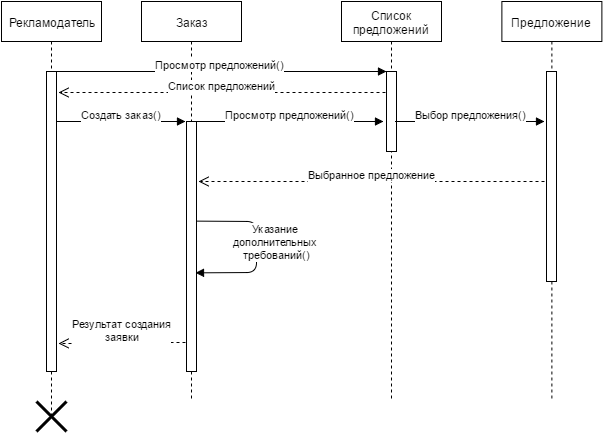
This is res/sequence_diagram_client.png from borisovvictor/SocialMediaExchange, a draw.io export, as it was before one commit. Source tidied: cells renumbered, new cells last; positions are measured from the earlier drawing's top-left corner, leaving out a move shared by most shapes.
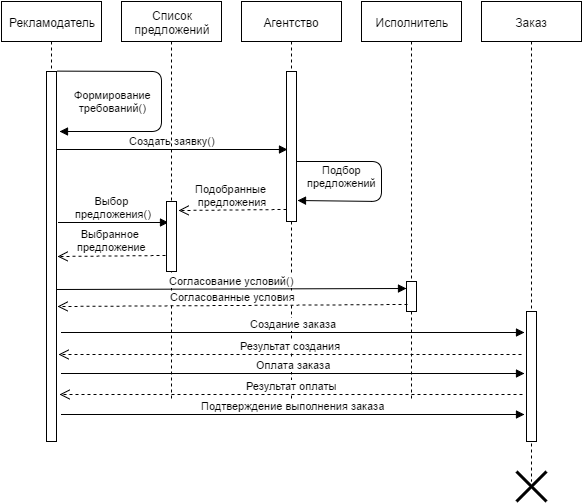
The same diagram one commit later.

The edit, as a diff of the source:
```diff
@@ -2,68 +2,122 @@
   <root>
     <mxCell id="0" style="html=1;" />
     <mxCell id="1" style="html=1;" parent="0" />
-    <mxCell id="2" value="Предложение" style="shape=umlLifeline;perimeter=lifelinePerimeter;whiteSpace=wrap;html=1;rounded=0;fillColor=#FFFFFF;gradientColor=none;" parent="1" vertex="1">
-      <mxGeometry x="500.4" width="100" height="400" as="geometry" />
-    </mxCell>
-    <mxCell id="3" value="Список предложений" style="shape=umlLifeline;perimeter=lifelinePerimeter;whiteSpace=wrap;html=1;rounded=0;fillColor=#FFFFFF;gradientColor=none;" parent="1" vertex="1">
-      <mxGeometry x="340" width="100" height="400" as="geometry" />
-    </mxCell>
     <mxCell id="4" value="Заказ" style="shape=umlLifeline;perimeter=lifelinePerimeter;whiteSpace=wrap;html=1;rounded=0;fillColor=#FFFFFF;gradientColor=none;" parent="1" vertex="1">
-      <mxGeometry x="140" width="100" height="400" as="geometry" />
+      <mxGeometry x="395" width="100" height="480" as="geometry" />
     </mxCell>
+    <mxCell id="10" style="html=1;points=[];perimeter=orthogonalPerimeter;rounded=0;fillColor=#FFFFFF;gradientColor=none;" parent="4" vertex="1">
+      <mxGeometry x="45" y="310" width="10" height="130" as="geometry" />
+    </mxCell>
     <mxCell id="5" value="Рекламодатель" style="shape=umlLifeline;perimeter=lifelinePerimeter;whiteSpace=wrap;html=1;rounded=0;fillColor=#FFFFFF;gradientColor=none;" parent="1" vertex="1">
-      <mxGeometry width="100" height="415" as="geometry" />
+      <mxGeometry x="-85" width="100" height="440" as="geometry" />
     </mxCell>
-    <mxCell id="6" style="html=1;points=[];perimeter=orthogonalPerimeter;rounded=0;fillColor=#FFFFFF;gradientColor=none;" parent="1" vertex="1">
-      <mxGeometry x="45" y="70" width="10" height="300" as="geometry" />
+    <mxCell id="6" style="html=1;points=[];perimeter=orthogonalPerimeter;rounded=0;fillColor=#FFFFFF;gradientColor=none;" parent="5" vertex="1">
+      <mxGeometry x="45" y="70" width="10" height="370" as="geometry" />
     </mxCell>
-    <mxCell id="7" style="html=1;points=[];perimeter=orthogonalPerimeter;rounded=0;fillColor=#FFFFFF;gradientColor=none;" parent="1" vertex="1">
-      <mxGeometry x="385" y="70" width="10" height="80" as="geometry" />
-    </mxCell>
-    <mxCell id="8" value="Просмотр предложений()" style="html=1;verticalAlign=bottom;endArrow=block;entryX=0;entryY=0;exitX=0.5;exitY=0;exitPerimeter=0;" parent="1" edge="1" source="6" target="7">
-      <mxGeometry relative="1" as="geometry" />
-    </mxCell>
-    <mxCell id="9" value="Список предложений" style="html=1;verticalAlign=bottom;endArrow=open;dashed=1;endSize=8;exitX=-0.066;exitY=0.266;exitPerimeter=0;entryX=1.176;entryY=0.071;entryPerimeter=0;" parent="1" edge="1" source="7" target="6">
-      <mxGeometry relative="1" as="geometry" />
-    </mxCell>
-    <mxCell id="10" style="html=1;points=[];perimeter=orthogonalPerimeter;rounded=0;fillColor=#FFFFFF;gradientColor=none;" parent="1" vertex="1">
-      <mxGeometry x="185" y="120" width="10" height="250" as="geometry" />
-    </mxCell>
-    <mxCell id="11" value="Создать заказ&lt;span style=&quot;line-height: 1.2&quot;&gt;()&lt;/span&gt;" style="html=1;verticalAlign=bottom;endArrow=block;entryX=-0.134;entryY=0.001;entryPerimeter=0;" parent="1" edge="1" target="10">
+    <mxCell id="11" value="Создать заявку&lt;span style=&quot;line-height: 1.2&quot;&gt;()&lt;/span&gt;" style="html=1;verticalAlign=bottom;endArrow=block;entryX=0.1;entryY=0.85;entryPerimeter=0;" parent="1" edge="1">
       <mxGeometry relative="1" as="geometry">
-        <mxPoint x="55" y="120" as="sourcePoint" />
+        <mxPoint x="-30" y="148" as="sourcePoint" />
+        <mxPoint x="201" y="148" as="targetPoint" />
       </mxGeometry>
     </mxCell>
-    <mxCell id="12" value="Просмотр предложений()" style="html=1;verticalAlign=bottom;endArrow=block;exitX=1.038;exitY=0.001;exitPerimeter=0;entryX=-0.341;entryY=0.628;entryPerimeter=0;" parent="1" edge="1" source="10" target="7">
-      <mxGeometry x="124.9" y="79.9" as="geometry" />
-    </mxCell>
-    <mxCell id="13" style="html=1;points=[];perimeter=orthogonalPerimeter;rounded=0;fillColor=#FFFFFF;gradientColor=none;" parent="1" vertex="1">
-      <mxGeometry x="545" y="70" width="10" height="210" as="geometry" />
-    </mxCell>
-    <mxCell id="14" value="Выбранное предложение" style="html=1;verticalAlign=bottom;endArrow=open;dashed=1;endSize=8;entryX=1.245;entryY=0.241;entryPerimeter=0;" parent="1" edge="1" target="10">
+    <mxCell id="14" value="Выбранное&amp;nbsp;&lt;div&gt;предложение&lt;/div&gt;" style="html=1;verticalAlign=bottom;endArrow=open;dashed=1;endSize=8;entryX=1.1;entryY=0.577;entryPerimeter=0;exitX=-0.1;exitY=0.52;exitPerimeter=0;" parent="1" edge="1">
       <mxGeometry relative="1" as="geometry">
-        <mxPoint x="543" y="180" as="sourcePoint" />
+        <mxPoint x="79" y="254" as="sourcePoint" />
+        <mxPoint x="-29" y="255" as="targetPoint" />
       </mxGeometry>
     </mxCell>
-    <mxCell id="15" value="&lt;span&gt;Выбор предложения()&lt;/span&gt;" style="html=1;verticalAlign=bottom;endArrow=block;entryX=-0.203;entryY=0.239;entryPerimeter=0;exitX=0.9;exitY=0.628;exitPerimeter=0;" parent="1" edge="1" source="7" target="13">
-      <mxGeometry relative="1" as="geometry" />
+    <mxCell id="15" value="&lt;span&gt;Выбор&amp;nbsp;&lt;/span&gt;&lt;div&gt;&lt;span&gt;предложения()&lt;/span&gt;&lt;/div&gt;" style="html=1;verticalAlign=bottom;endArrow=block;entryX=0.2;entryY=0.06;entryPerimeter=0;" parent="1" edge="1">
+      <mxGeometry relative="1" as="geometry">
+        <mxPoint x="-28" y="221" as="sourcePoint" />
+        <mxPoint x="82" y="221" as="targetPoint" />
+      </mxGeometry>
     </mxCell>
-    <mxCell id="16" value="Указание&amp;nbsp;&lt;div&gt;дополнительных&amp;nbsp;&lt;/div&gt;&lt;div&gt;требований()&lt;/div&gt;" style="html=1;verticalAlign=bottom;endArrow=block;exitX=0.969;exitY=0.406;exitPerimeter=0;entryX=0.9;entryY=0.613;entryPerimeter=0;" parent="1" edge="1">
-      <mxGeometry x="0.29" y="-23" relative="1" as="geometry">
-        <mxPoint x="194.7" y="219.6" as="sourcePoint" />
-        <mxPoint x="194" y="271.3" as="targetPoint" />
-        <Array as="points">
-          <mxPoint x="255" y="220" />
-          <mxPoint x="255" y="271" />
-        </Array>
-        <mxPoint x="20" y="12" as="offset" />
-      </mxGeometry>
-    </mxCell>
     <mxCell id="17" style="shape=umlDestroy;whiteSpace=wrap;html=1;strokeWidth=3;rounded=0;fillColor=#FFFFFF;gradientColor=none;" parent="1" vertex="1">
-      <mxGeometry x="35" y="400" width="30" height="30" as="geometry" />
+      <mxGeometry x="430" y="470" width="30" height="30" as="geometry" />
     </mxCell>
-    <mxCell id="18" value="Результат создания&lt;div&gt;заявки&lt;/div&gt;" style="html=1;verticalAlign=bottom;endArrow=open;dashed=1;endSize=8;exitX=-0.066;exitY=0.884;exitPerimeter=0;entryX=1.245;entryY=0.905;entryPerimeter=0;" parent="1" edge="1" source="10" target="6">
-      <mxGeometry relative="1" as="geometry" />
-    </mxCell>
+    <mxCell id="19" value="Агентство" style="shape=umlLifeline;perimeter=lifelinePerimeter;whiteSpace=wrap;html=1;rounded=0;fillColor=#FFFFFF;gradientColor=none;" parent="1" vertex="1">
+      <mxGeometry x="155" width="100" height="400" as="geometry" />
+    </mxCell>
+    <mxCell id="20" style="html=1;perimeter=orthogonalPerimeter;rounded=0;fillColor=#FFFFFF;gradientColor=none;" parent="19" vertex="1">
+      <mxGeometry x="45" y="70" width="10" height="150" as="geometry" />
+    </mxCell>
+    <mxCell id="21" value="Подбор&lt;div&gt;предложений&lt;/div&gt;" style="html=1;verticalAlign=bottom;endArrow=block;entryX=1.1;entryY=0.527;entryPerimeter=0;" parent="19" edge="1">
+      <mxGeometry y="50" as="geometry">
+        <mxPoint x="55" y="160" as="sourcePoint" />
+        <mxPoint x="56" y="199" as="targetPoint" />
+        <Array as="points">
+          <mxPoint x="140" y="160" />
+          <mxPoint x="140" y="200" />
+        </Array>
+        <mxPoint x="45" y="10" as="offset" />
+      </mxGeometry>
+    </mxCell>
+    <mxCell id="22" value="Исполнитель" style="shape=umlLifeline;perimeter=lifelinePerimeter;whiteSpace=wrap;html=1;rounded=0;fillColor=#FFFFFF;gradientColor=none;" parent="1" vertex="1">
+      <mxGeometry x="275" width="100" height="400" as="geometry" />
+    </mxCell>
+    <mxCell id="23" style="html=1;points=[];perimeter=orthogonalPerimeter;rounded=0;fillColor=#FFFFFF;gradientColor=none;" parent="22" vertex="1">
+      <mxGeometry x="45" y="280" width="10" height="30" as="geometry" />
+    </mxCell>
+    <mxCell id="24" value="Формирование&lt;div&gt;требований()&lt;/div&gt;" style="html=1;verticalAlign=bottom;endArrow=block;exitX=0.969;exitY=0.406;exitPerimeter=0;" parent="1" edge="1">
+      <mxGeometry as="geometry">
+        <mxPoint x="-29.3" y="69.6" as="sourcePoint" />
+        <mxPoint x="-27" y="130" as="targetPoint" />
+        <Array as="points">
+          <mxPoint x="75" y="70" />
+          <mxPoint x="75" y="130" />
+        </Array>
+        <mxPoint x="55" y="15" as="offset" />
+      </mxGeometry>
+    </mxCell>
+    <mxCell id="25" value="Список&lt;div&gt;предложений&lt;/div&gt;" style="shape=umlLifeline;perimeter=lifelinePerimeter;whiteSpace=wrap;html=1;rounded=0;fillColor=#FFFFFF;gradientColor=none;" parent="1" vertex="1">
+      <mxGeometry x="35" width="100" height="400" as="geometry" />
+    </mxCell>
+    <mxCell id="26" style="html=1;perimeter=orthogonalPerimeter;rounded=0;fillColor=#FFFFFF;gradientColor=none;" parent="25" vertex="1">
+      <mxGeometry x="45" y="200" width="10" height="70" as="geometry" />
+    </mxCell>
+    <mxCell id="27" value="Подобранные&amp;nbsp;&lt;div&gt;предложения&lt;/div&gt;" style="html=1;verticalAlign=bottom;endArrow=open;dashed=1;endSize=8;entryX=1.1;entryY=0.577;entryPerimeter=0;exitX=-0.1;exitY=0.52;exitPerimeter=0;" parent="1" edge="1">
+      <mxGeometry x="157" y="208" as="geometry">
+        <mxPoint x="200" y="208" as="sourcePoint" />
+        <mxPoint x="92" y="209" as="targetPoint" />
+      </mxGeometry>
+    </mxCell>
+    <mxCell id="28" value="Согласование условий()" style="html=1;verticalAlign=bottom;endArrow=block;entryX=0;entryY=0.233;entryPerimeter=0;" parent="1" edge="1" target="23">
+      <mxGeometry x="35" y="288" as="geometry">
+        <mxPoint x="-30" y="288" as="sourcePoint" />
+      </mxGeometry>
+    </mxCell>
+    <mxCell id="29" value="Согласованные условия" style="html=1;verticalAlign=bottom;endArrow=open;dashed=1;endSize=8;entryX=1.1;entryY=0.635;entryPerimeter=0;exitX=0.1;exitY=0.767;exitPerimeter=0;" parent="1" edge="1" source="23" target="6">
+      <mxGeometry x="46" y="314" as="geometry" />
+    </mxCell>
+    <mxCell id="30" value="Создание заказа" style="html=1;verticalAlign=bottom;endArrow=block;" parent="1" edge="1">
+      <mxGeometry x="40" y="331" as="geometry">
+        <mxPoint x="-25" y="331" as="sourcePoint" />
+        <mxPoint x="438" y="331" as="targetPoint" />
+      </mxGeometry>
+    </mxCell>
+    <mxCell id="31" value="Оплата заказа" style="html=1;verticalAlign=bottom;endArrow=block;" parent="1" edge="1">
+      <mxGeometry x="40" y="372" as="geometry">
+        <mxPoint x="-25" y="372" as="sourcePoint" />
+        <mxPoint x="438" y="372" as="targetPoint" />
+      </mxGeometry>
+    </mxCell>
+    <mxCell id="32" value="Результат создания" style="html=1;verticalAlign=bottom;endArrow=open;dashed=1;endSize=8;entryX=1.2;entryY=0.777;entryPerimeter=0;" parent="1" edge="1">
+      <mxGeometry x="46" y="364" as="geometry">
+        <mxPoint x="435" y="353" as="sourcePoint" />
+        <mxPoint x="-28" y="353" as="targetPoint" />
+      </mxGeometry>
+    </mxCell>
+    <mxCell id="33" value="Результат оплаты" style="html=1;verticalAlign=bottom;endArrow=open;dashed=1;endSize=8;entryX=1.2;entryY=0.777;entryPerimeter=0;" parent="1" edge="1">
+      <mxGeometry x="47" y="404" as="geometry">
+        <mxPoint x="436" y="393" as="sourcePoint" />
+        <mxPoint x="-27" y="393" as="targetPoint" />
+      </mxGeometry>
+    </mxCell>
+    <mxCell id="34" value="Подтверждение выполнения заказа" style="html=1;verticalAlign=bottom;endArrow=block;" parent="1" edge="1">
+      <mxGeometry x="40" y="413" as="geometry">
+        <mxPoint x="-25" y="413" as="sourcePoint" />
+        <mxPoint x="438" y="413" as="targetPoint" />
+      </mxGeometry>
+    </mxCell>
   </root>
 </mxGraphModel>
```
